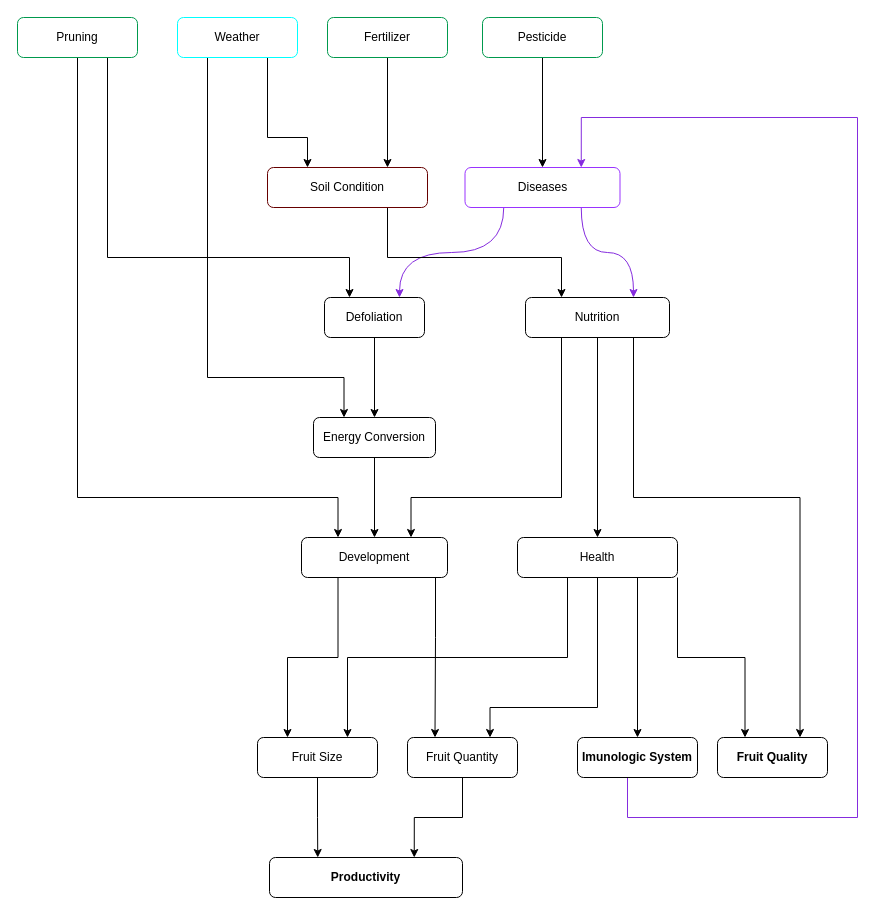
nilold/farmer-game keeps this draw.io diagram as farmer.drawio. Above is the earlier version. Source tidied: cells renumbered, new cells numbered last; positions are measured from the earlier drawing's top-left corner, leaving out a move shared by most shapes. Both pictures are drawn from the tidied source at 100%, with x=0, y=0 at pixel (17, 17).
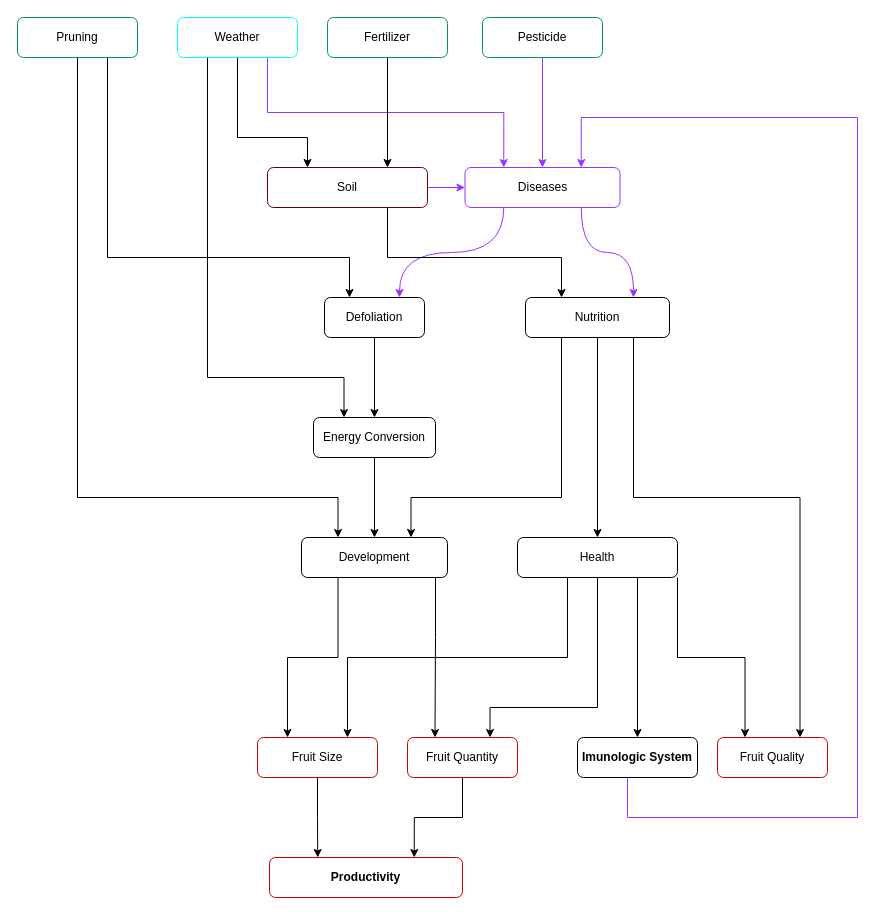
After the change.

The change refers to these unchanged cells:
```xml
<mxCell id="8" value="Imunologic System" style="rounded=1;whiteSpace=wrap;html=1;fontStyle=1;" parent="1" vertex="1">
  <mxGeometry x="560" y="720" width="120" height="40" as="geometry" />
</mxCell>
<mxCell id="12" value="Nutrition" style="rounded=1;whiteSpace=wrap;html=1;" parent="1" vertex="1">
  <mxGeometry x="508" y="280" width="144" height="40" as="geometry" />
</mxCell>
<mxCell id="14" value="Defoliation" style="rounded=1;whiteSpace=wrap;html=1;" parent="1" vertex="1">
  <mxGeometry x="307" y="280" width="100" height="40" as="geometry" />
</mxCell>
<mxCell id="17" value="Diseases" style="rounded=1;whiteSpace=wrap;html=1;strokeColor=#9933FF;" parent="1" vertex="1">
  <mxGeometry x="447.5" y="150" width="155" height="40" as="geometry" />
</mxCell>
<mxCell id="27" value="Weather" style="rounded=1;whiteSpace=wrap;html=1;fillColor=none;strokeColor=#00FFFF;" parent="1" vertex="1">
  <mxGeometry x="160" width="120" height="40" as="geometry" />
</mxCell>
<mxCell id="31" value="Pesticide" style="rounded=1;whiteSpace=wrap;html=1;strokeColor=#00994D;" parent="1" vertex="1">
  <mxGeometry x="465" width="120" height="40" as="geometry" />
</mxCell>
```

Change to the diagram source:
```diff
@@
-    <mxCell id="7" style="edgeStyle=orthogonalEdgeStyle;rounded=0;jettySize=auto;html=1;exitX=0.5;exitY=1;exitDx=0;exitDy=0;entryX=0.75;entryY=0;entryDx=0;entryDy=0;strokeColor=#852CDE;" parent="1" edge="1" source="8" target="17">
+    <mxCell id="7" style="edgeStyle=orthogonalEdgeStyle;rounded=0;jettySize=auto;html=1;exitX=0.5;exitY=1;exitDx=0;exitDy=0;entryX=0.75;entryY=0;entryDx=0;entryDy=0;strokeColor=#9933FF;" parent="1" edge="1" source="8" target="17">
       <mxGeometry relative="1" as="geometry">
         <Array as="points">
           <mxPoint x="610" y="800" />
           <mxPoint x="840" y="800" />
           <mxPoint x="840" y="100" />
           <mxPoint x="564" y="100" />
         </Array>
       </mxGeometry>
     </mxCell>
@@
-    <mxCell id="15" style="edgeStyle=orthogonalEdgeStyle;rounded=0;jettySize=auto;html=1;exitX=0.25;exitY=1;exitDx=0;exitDy=0;entryX=0.75;entryY=0;entryDx=0;entryDy=0;strokeColor=#852CDE;curved=1;" parent="1" edge="1" source="17" target="14">
+    <mxCell id="15" style="edgeStyle=orthogonalEdgeStyle;rounded=0;jettySize=auto;html=1;exitX=0.25;exitY=1;exitDx=0;exitDy=0;entryX=0.75;entryY=0;entryDx=0;entryDy=0;strokeColor=#9933FF;curved=1;" parent="1" edge="1" source="17" target="14">
       <mxGeometry relative="1" as="geometry" />
     </mxCell>
-    <mxCell id="16" style="edgeStyle=orthogonalEdgeStyle;rounded=0;jettySize=auto;html=1;exitX=0.75;exitY=1;exitDx=0;exitDy=0;entryX=0.75;entryY=0;entryDx=0;entryDy=0;strokeColor=#852CDE;curved=1;" parent="1" edge="1" source="17" target="12">
+    <mxCell id="16" style="edgeStyle=orthogonalEdgeStyle;rounded=0;jettySize=auto;html=1;exitX=0.75;exitY=1;exitDx=0;exitDy=0;entryX=0.75;entryY=0;entryDx=0;entryDy=0;strokeColor=#9933FF;curved=1;" parent="1" edge="1" source="17" target="12">
       <mxGeometry relative="1" as="geometry" />
     </mxCell>
@@
+    <mxCell id="41" style="edgeStyle=orthogonalEdgeStyle;rounded=0;jettySize=auto;html=1;exitX=1;exitY=0.5;exitDx=0;exitDy=0;entryX=0;entryY=0.5;entryDx=0;entryDy=0;strokeColor=#9933FF;" parent="1" edge="1" source="19" target="17">
+      <mxGeometry relative="1" as="geometry" />
+    </mxCell>
-    <mxCell id="19" value="Soil Condition" style="rounded=1;whiteSpace=wrap;html=1;fillColor=none;strokeColor=#660000;" parent="1" vertex="1">
+    <mxCell id="19" value="Soil" style="rounded=1;whiteSpace=wrap;html=1;fillColor=none;strokeColor=#660000;" parent="1" vertex="1">
       <mxGeometry x="250" y="150" width="160" height="40" as="geometry" />
     </mxCell>
@@
-    <mxCell id="26" style="edgeStyle=orthogonalEdgeStyle;rounded=0;jettySize=auto;html=1;exitX=0.75;exitY=1;exitDx=0;exitDy=0;strokeColor=#000000;entryX=0.25;entryY=0;entryDx=0;entryDy=0;" parent="1" edge="1" source="27" target="19">
+    <mxCell id="26" style="edgeStyle=orthogonalEdgeStyle;rounded=0;jettySize=auto;html=1;exitX=0.5;exitY=1;exitDx=0;exitDy=0;strokeColor=#000000;entryX=0.25;entryY=0;entryDx=0;entryDy=0;" parent="1" edge="1" source="27" target="19">
       <mxGeometry relative="1" as="geometry">
         <Array as="points">
-          <mxPoint x="250" y="120" />
+          <mxPoint x="220" y="120" />
           <mxPoint x="290" y="120" />
         </Array>
       </mxGeometry>
     </mxCell>
+    <mxCell id="42" style="edgeStyle=orthogonalEdgeStyle;rounded=0;jettySize=auto;html=1;exitX=0.75;exitY=1;exitDx=0;exitDy=0;entryX=0.25;entryY=0;entryDx=0;entryDy=0;strokeColor=#9933FF;" parent="1" edge="1" source="27" target="17">
+      <mxGeometry relative="1" as="geometry" />
+    </mxCell>
@@
-    <mxCell id="30" style="edgeStyle=orthogonalEdgeStyle;rounded=0;jettySize=auto;html=1;exitX=0.5;exitY=1;exitDx=0;exitDy=0;entryX=0.5;entryY=0;entryDx=0;entryDy=0;strokeColor=#000000;" parent="1" edge="1" source="31" target="17">
+    <mxCell id="30" style="edgeStyle=orthogonalEdgeStyle;rounded=0;jettySize=auto;html=1;exitX=0.5;exitY=1;exitDx=0;exitDy=0;entryX=0.5;entryY=0;entryDx=0;entryDy=0;strokeColor=#9933FF;" parent="1" edge="1" source="31" target="17">
       <mxGeometry relative="1" as="geometry" />
     </mxCell>
@@
-    <mxCell id="36" value="Fruit Size" style="rounded=1;whiteSpace=wrap;html=1;fontStyle=0;" parent="1" vertex="1">
+    <mxCell id="36" value="Fruit Size" style="rounded=1;whiteSpace=wrap;html=1;fontStyle=0;strokeColor=#CC0000;shadow=0;fillColor=none;" parent="1" vertex="1">
       <mxGeometry x="240" y="720" width="120" height="40" as="geometry" />
     </mxCell>
@@
-    <mxCell id="38" value="Fruit Quantity" style="rounded=1;whiteSpace=wrap;html=1;fontStyle=0;" parent="1" vertex="1">
+    <mxCell id="38" value="Fruit Quantity" style="rounded=1;whiteSpace=wrap;html=1;fontStyle=0;strokeColor=#CC0000;shadow=0;fillColor=none;" parent="1" vertex="1">
       <mxGeometry x="390" y="720" width="110" height="40" as="geometry" />
     </mxCell>
-    <mxCell id="39" value="Productivity" style="rounded=1;whiteSpace=wrap;html=1;fontStyle=1;" parent="1" vertex="1">
+    <mxCell id="39" value="Productivity" style="rounded=1;whiteSpace=wrap;html=1;fontStyle=1;strokeColor=#CC0000;shadow=0;fillColor=none;" parent="1" vertex="1">
       <mxGeometry x="252" y="840" width="193" height="40" as="geometry" />
     </mxCell>
-    <mxCell id="40" value="Fruit Quality" style="rounded=1;whiteSpace=wrap;html=1;fontStyle=1;" parent="1" vertex="1">
+    <mxCell id="40" value="Fruit Quality" style="rounded=1;whiteSpace=wrap;html=1;fontStyle=0;strokeColor=#CC0000;shadow=0;fillColor=none;" parent="1" vertex="1">
       <mxGeometry x="700" y="720" width="110" height="40" as="geometry" />
     </mxCell>
```
